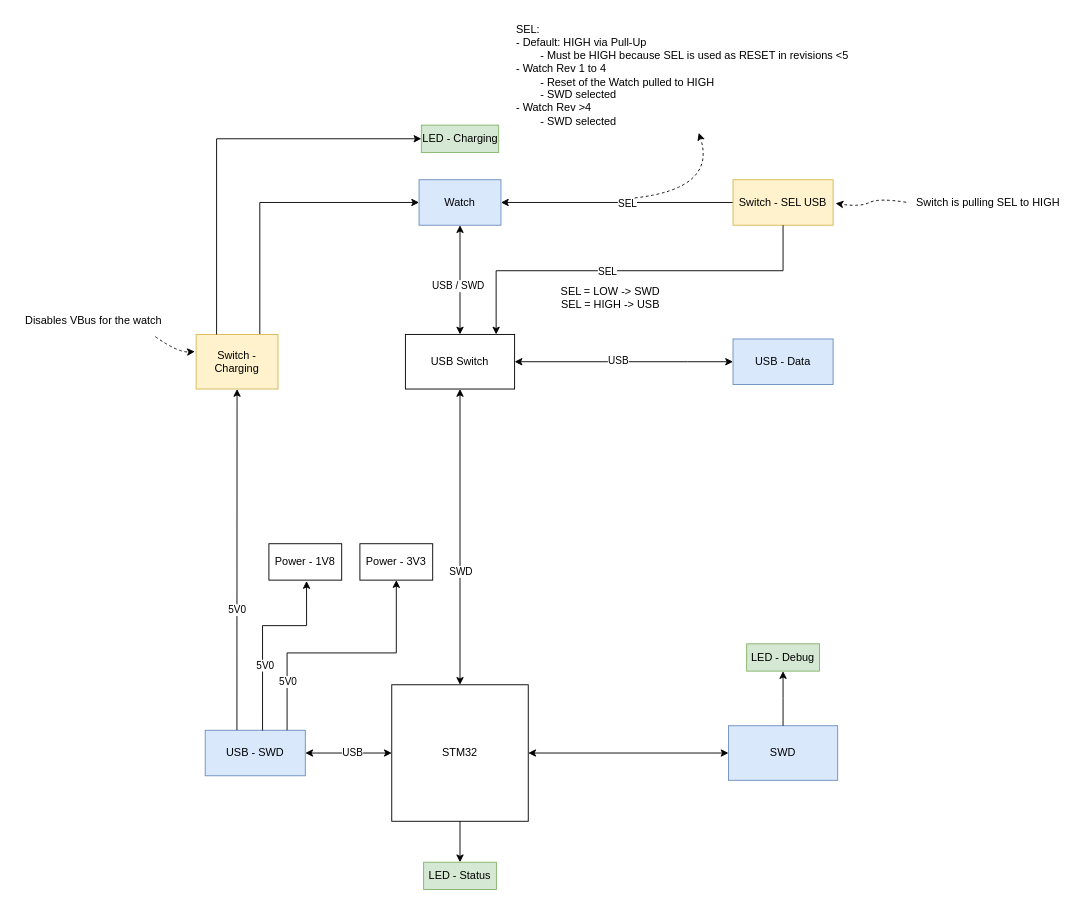
Earlier version of the draw.io diagram docs/Architecture.drawio (jakkra/ZSWatch-Dock). Source tidied: cells renumbered, new cells numbered last; positions are measured from the earlier drawing's top-left corner, leaving out a move shared by most shapes. Both pictures are drawn from the tidied source at 91%, with x=0, y=0 at pixel (15, 15).
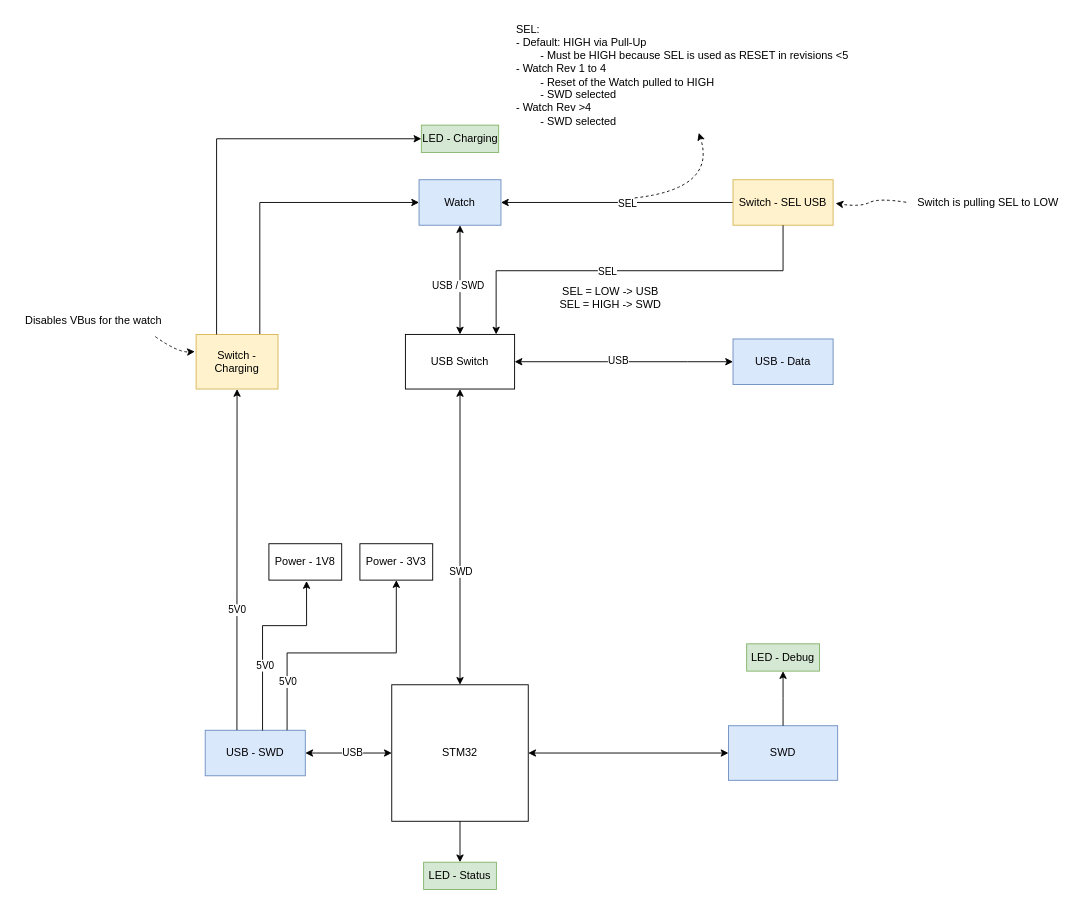
The same diagram, later.

Commit message:
Fix wrong documentation for SEL pin

Change to the diagram source:
```diff
@@
-    <mxCell id="31" value="Switch is pulling SEL to HIGH" style="text;html=1;align=center;verticalAlign=middle;points=[];strokeColor=none;fillColor=none;" parent="1" vertex="1">
+    <mxCell id="31" value="Switch is pulling SEL to LOW" style="text;html=1;align=center;verticalAlign=middle;points=[];strokeColor=none;fillColor=none;" parent="1" vertex="1">
       <mxGeometry x="978" y="190" width="180" height="30" as="geometry" />
     </mxCell>
-    <mxCell id="32" value="SEL = LOW -&amp;gt; SWD&lt;br&gt;SEL = HIGH -&amp;gt; USB" style="text;html=1;align=center;verticalAlign=middle;strokeColor=none;fillColor=none;" parent="1" vertex="1">
-      <mxGeometry x="588" y="290" width="130" height="40" as="geometry" />
+    <mxCell id="32" value="SEL = LOW -&amp;gt; USB&lt;br&gt;SEL = HIGH -&amp;gt; SWD" style="text;html=1;align=center;verticalAlign=middle;strokeColor=none;fillColor=none;" parent="1" vertex="1">
+      <mxGeometry x="583" y="290" width="140" height="40" as="geometry" />
     </mxCell>
```
